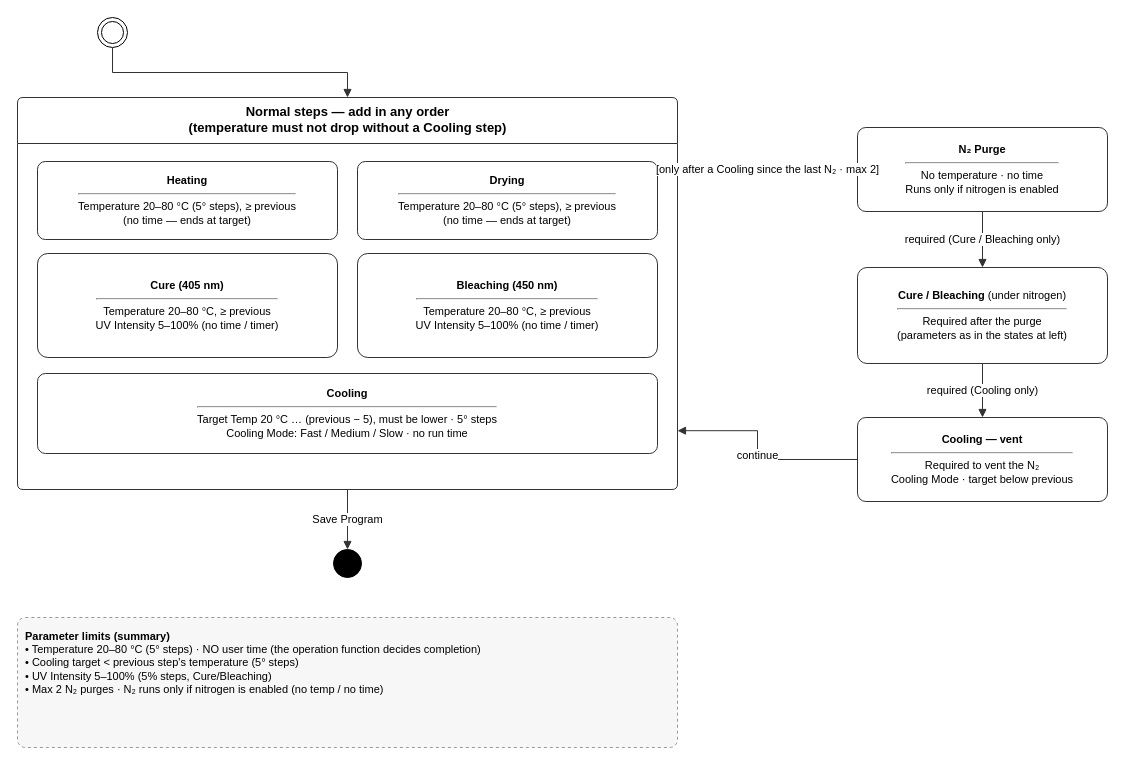
This is docs/diagrams/step-rules-flow.drawio from Amitaiw6/sCure-A, a draw.io file, before an edit. Source tidied: cells renumbered, new cells numbered last; positions are measured from the earlier drawing's top-left corner, leaving out a move shared by most shapes. Both pictures are drawn from the tidied source at 100%, with x=0, y=0 at pixel (17, 17).
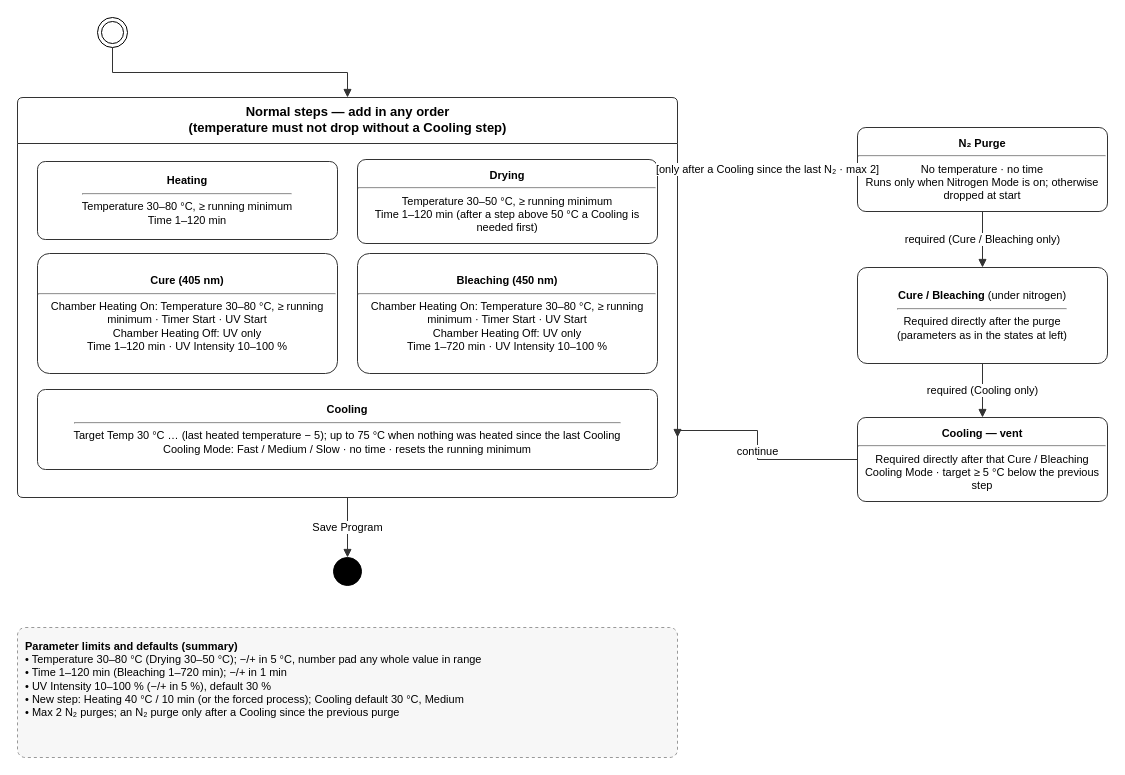
Above is the later version.

Diff of the diagram source:
```diff
@@
     <mxCell id="3" value="Normal steps — add in any order&#10;(temperature must not drop without a Cooling step)" style="swimlane;html=1;startSize=46;horizontal=1;fillColor=none;strokeColor=#333333;fontSize=13;fontStyle=1;align=center;verticalAlign=top;swimlaneFillColor=none;rounded=1;arcSize=4;" parent="1" vertex="1">
-      <mxGeometry y="80" width="660" height="392" as="geometry" />
+      <mxGeometry y="80" width="660" height="400" as="geometry" />
     </mxCell>
-    <mxCell id="4" value="&lt;b&gt;Heating&lt;/b&gt;&lt;hr&gt;Temperature 20–80 °C (5° steps), ≥ previous&lt;br&gt;(no time — ends at target)" style="rounded=1;whiteSpace=wrap;html=1;arcSize=10;fillColor=#FFFFFF;strokeColor=#333333;fontSize=11;align=center;verticalAlign=middle;" parent="3" vertex="1">
+    <mxCell id="4" value="&lt;b&gt;Heating&lt;/b&gt;&lt;hr&gt;Temperature 30–80 °C, ≥ running minimum&lt;br&gt;Time 1–120 min" style="rounded=1;whiteSpace=wrap;html=1;arcSize=10;fillColor=#FFFFFF;strokeColor=#333333;fontSize=11;align=center;verticalAlign=middle;" parent="3" vertex="1">
       <mxGeometry x="20" y="64" width="300" height="78" as="geometry" />
     </mxCell>
-    <mxCell id="5" value="&lt;b&gt;Drying&lt;/b&gt;&lt;hr&gt;Temperature 20–80 °C (5° steps), ≥ previous&lt;br&gt;(no time — ends at target)" style="rounded=1;whiteSpace=wrap;html=1;arcSize=10;fillColor=#FFFFFF;strokeColor=#333333;fontSize=11;align=center;verticalAlign=middle;" parent="3" vertex="1">
-      <mxGeometry x="340" y="64" width="300" height="78" as="geometry" />
+    <mxCell id="5" value="&lt;b&gt;Drying&lt;/b&gt;&lt;hr&gt;Temperature 30–50 °C, ≥ running minimum&lt;br&gt;Time 1–120 min (after a step above 50 °C a Cooling is needed first)" style="rounded=1;whiteSpace=wrap;html=1;arcSize=10;fillColor=#FFFFFF;strokeColor=#333333;fontSize=11;align=center;verticalAlign=middle;" parent="3" vertex="1">
+      <mxGeometry x="340" y="62" width="300" height="84" as="geometry" />
     </mxCell>
-    <mxCell id="6" value="&lt;b&gt;Cure (405 nm)&lt;/b&gt;&lt;hr&gt;Temperature 20–80 °C, ≥ previous&lt;br&gt;UV Intensity 5–100% (no time / timer)" style="rounded=1;whiteSpace=wrap;html=1;arcSize=10;fillColor=#FFFFFF;strokeColor=#333333;fontSize=11;align=center;verticalAlign=middle;" parent="3" vertex="1">
-      <mxGeometry x="20" y="156" width="300" height="104" as="geometry" />
+    <mxCell id="6" value="&lt;b&gt;Cure (405 nm)&lt;/b&gt;&lt;hr&gt;Chamber Heating On: Temperature 30–80 °C, ≥ running minimum · Timer Start · UV Start&lt;br&gt;Chamber Heating Off: UV only&lt;br&gt;Time 1–120 min · UV Intensity 10–100 %" style="rounded=1;whiteSpace=wrap;html=1;arcSize=10;fillColor=#FFFFFF;strokeColor=#333333;fontSize=11;align=center;verticalAlign=middle;" parent="3" vertex="1">
+      <mxGeometry x="20" y="156" width="300" height="120" as="geometry" />
     </mxCell>
-    <mxCell id="7" value="&lt;b&gt;Bleaching (450 nm)&lt;/b&gt;&lt;hr&gt;Temperature 20–80 °C, ≥ previous&lt;br&gt;UV Intensity 5–100% (no time / timer)" style="rounded=1;whiteSpace=wrap;html=1;arcSize=10;fillColor=#FFFFFF;strokeColor=#333333;fontSize=11;align=center;verticalAlign=middle;" parent="3" vertex="1">
-      <mxGeometry x="340" y="156" width="300" height="104" as="geometry" />
+    <mxCell id="7" value="&lt;b&gt;Bleaching (450 nm)&lt;/b&gt;&lt;hr&gt;Chamber Heating On: Temperature 30–80 °C, ≥ running minimum · Timer Start · UV Start&lt;br&gt;Chamber Heating Off: UV only&lt;br&gt;Time 1–720 min · UV Intensity 10–100 %" style="rounded=1;whiteSpace=wrap;html=1;arcSize=10;fillColor=#FFFFFF;strokeColor=#333333;fontSize=11;align=center;verticalAlign=middle;" parent="3" vertex="1">
+      <mxGeometry x="340" y="156" width="300" height="120" as="geometry" />
     </mxCell>
-    <mxCell id="8" value="&lt;b&gt;Cooling&lt;/b&gt;&lt;hr&gt;Target Temp 20 °C … (previous − 5), must be lower · 5° steps&lt;br&gt;Cooling Mode: Fast / Medium / Slow · no run time" style="rounded=1;whiteSpace=wrap;html=1;arcSize=10;fillColor=#FFFFFF;strokeColor=#333333;fontSize=11;align=center;verticalAlign=middle;" parent="3" vertex="1">
-      <mxGeometry x="20" y="276" width="620" height="80" as="geometry" />
+    <mxCell id="8" value="&lt;b&gt;Cooling&lt;/b&gt;&lt;hr&gt;Target Temp 30 °C … (last heated temperature − 5); up to 75 °C when nothing was heated since the last Cooling&lt;br&gt;Cooling Mode: Fast / Medium / Slow · no time · resets the running minimum" style="rounded=1;whiteSpace=wrap;html=1;arcSize=10;fillColor=#FFFFFF;strokeColor=#333333;fontSize=11;align=center;verticalAlign=middle;" parent="3" vertex="1">
+      <mxGeometry x="20" y="292" width="620" height="80" as="geometry" />
     </mxCell>
-    <mxCell id="9" value="&lt;b&gt;N₂ Purge&lt;/b&gt;&lt;hr&gt;No temperature · no time&lt;br&gt;Runs only if nitrogen is enabled" style="rounded=1;whiteSpace=wrap;html=1;arcSize=10;fillColor=#FFFFFF;strokeColor=#333333;fontSize=11;align=center;verticalAlign=middle;" parent="1" vertex="1">
+    <mxCell id="9" value="&lt;b&gt;N₂ Purge&lt;/b&gt;&lt;hr&gt;No temperature · no time&lt;br&gt;Runs only when Nitrogen Mode is on; otherwise dropped at start" style="rounded=1;whiteSpace=wrap;html=1;arcSize=10;fillColor=#FFFFFF;strokeColor=#333333;fontSize=11;align=center;verticalAlign=middle;" parent="1" vertex="1">
       <mxGeometry x="840" y="110" width="250" height="84" as="geometry" />
     </mxCell>
-    <mxCell id="10" value="&lt;b&gt;Cure / Bleaching&lt;/b&gt; (under nitrogen)&lt;hr&gt;Required after the purge&lt;br&gt;(parameters as in the states at left)" style="rounded=1;whiteSpace=wrap;html=1;arcSize=10;fillColor=#FFFFFF;strokeColor=#333333;fontSize=11;align=center;verticalAlign=middle;" parent="1" vertex="1">
+    <mxCell id="10" value="&lt;b&gt;Cure / Bleaching&lt;/b&gt; (under nitrogen)&lt;hr&gt;Required directly after the purge&lt;br&gt;(parameters as in the states at left)" style="rounded=1;whiteSpace=wrap;html=1;arcSize=10;fillColor=#FFFFFF;strokeColor=#333333;fontSize=11;align=center;verticalAlign=middle;" parent="1" vertex="1">
       <mxGeometry x="840" y="250" width="250" height="96" as="geometry" />
     </mxCell>
-    <mxCell id="11" value="&lt;b&gt;Cooling — vent&lt;/b&gt;&lt;hr&gt;Required to vent the N₂&lt;br&gt;Cooling Mode · target below previous" style="rounded=1;whiteSpace=wrap;html=1;arcSize=10;fillColor=#FFFFFF;strokeColor=#333333;fontSize=11;align=center;verticalAlign=middle;" parent="1" vertex="1">
+    <mxCell id="11" value="&lt;b&gt;Cooling — vent&lt;/b&gt;&lt;hr&gt;Required directly after that Cure / Bleaching&lt;br&gt;Cooling Mode · target ≥ 5 °C below the previous step" style="rounded=1;whiteSpace=wrap;html=1;arcSize=10;fillColor=#FFFFFF;strokeColor=#333333;fontSize=11;align=center;verticalAlign=middle;" parent="1" vertex="1">
       <mxGeometry x="840" y="400" width="250" height="84" as="geometry" />
     </mxCell>
     <mxCell id="12" style="ellipse;whiteSpace=wrap;html=1;fillColor=#000000;strokeColor=#000000;" parent="1" vertex="1">
-      <mxGeometry x="316" y="532" width="28" height="28" as="geometry" />
+      <mxGeometry x="316" y="540" width="28" height="28" as="geometry" />
     </mxCell>
-    <mxCell id="13" value="&lt;b&gt;Parameter limits (summary)&lt;/b&gt;&lt;br&gt;• Temperature 20–80 °C (5° steps) · NO user time (the operation function decides completion)&lt;br&gt;• Cooling target &lt; previous step's temperature (5° steps)&lt;br&gt;• UV Intensity 5–100% (5% steps, Cure/Bleaching)&lt;br&gt;• Max 2 N₂ purges · N₂ runs only if nitrogen is enabled (no temp / no time)" style="rounded=1;whiteSpace=wrap;html=1;dashed=1;arcSize=6;fillColor=#F7F7F7;strokeColor=#999999;fontSize=11;align=left;verticalAlign=top;spacing=8;" parent="1" vertex="1">
-      <mxGeometry y="600" width="660" height="130" as="geometry" />
+    <mxCell id="13" value="&lt;b&gt;Parameter limits and defaults (summary)&lt;/b&gt;&lt;br&gt;• Temperature 30–80 °C (Drying 30–50 °C); −/+ in 5 °C, number pad any whole value in range&lt;br&gt;• Time 1–120 min (Bleaching 1–720 min); −/+ in 1 min&lt;br&gt;• UV Intensity 10–100 % (−/+ in 5 %), default 30 %&lt;br&gt;• New step: Heating 40 °C / 10 min (or the forced process); Cooling default 30 °C, Medium&lt;br&gt;• Max 2 N₂ purges; an N₂ purge only after a Cooling since the previous purge" style="rounded=1;whiteSpace=wrap;html=1;dashed=1;arcSize=6;fillColor=#F7F7F7;strokeColor=#999999;fontSize=11;align=left;verticalAlign=top;spacing=8;" parent="1" vertex="1">
+      <mxGeometry y="610" width="660" height="130" as="geometry" />
     </mxCell>
```
